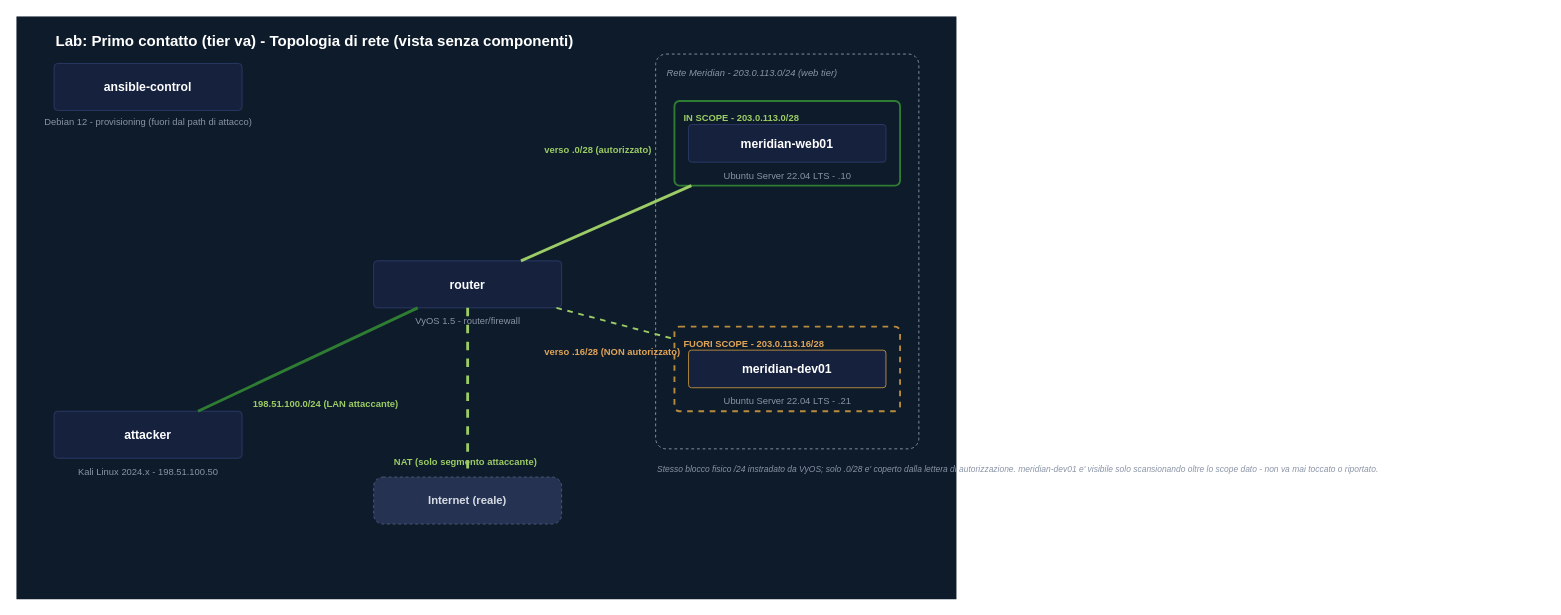
The draw.io diagram docs/labs/first-contact/first-contact-topology-network-only.drawio in leoleo1010/CPPT, before the edit. Source tidied: cells renumbered, new cells numbered last; positions are measured from the earlier drawing's top-left corner, leaving out a move shared by most shapes. Both pictures are drawn from the tidied source at 94%, with x=0, y=0 at pixel (16, 16).
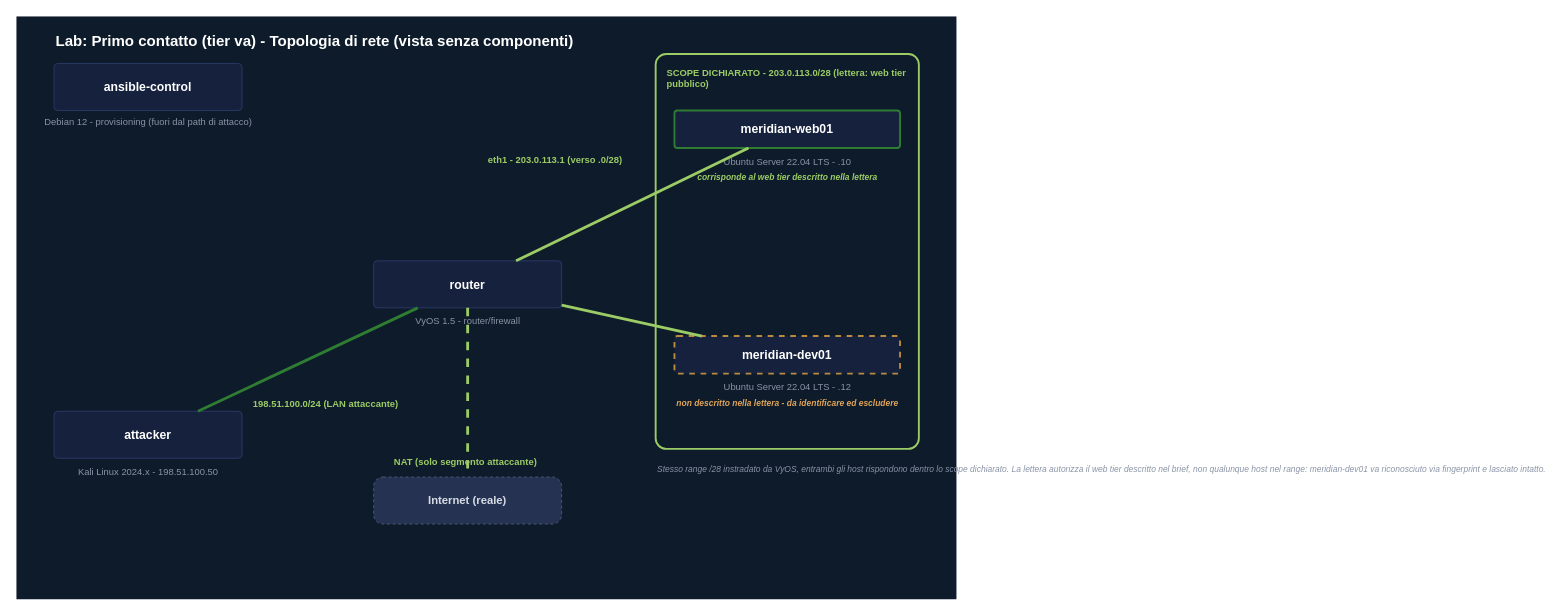
Above is the later version.

Commit message (it also covers changes not shown here):
Move First Contact's noise host inside the authorized /28

Unchanged cells that the change refers to:
```xml
<mxCell id="15" value="router" style="rounded=1;arcSize=8;whiteSpace=wrap;html=1;fillColor=#16213E;strokeColor=#2B3A67;fontColor=#FFFFFF;fontSize=13;fontStyle=1;verticalAlign=middle;align=center;" parent="1" vertex="1">
  <mxGeometry x="380" y="260" width="200" height="50" as="geometry" />
</mxCell>
```

What changed in the source:
```diff
@@
-    <mxCell id="4" value="Rete Meridian - 203.0.113.0/24 (web tier)" style="rounded=1;arcSize=4;whiteSpace=wrap;html=1;fillColor=none;strokeColor=#8A94A6;dashed=1;verticalAlign=top;align=left;spacingLeft=10;spacingTop=8;fontColor=#8A94A6;fontSize=10;fontStyle=2;" parent="1" vertex="1">
-      <mxGeometry x="680" y="40" width="280" height="420" as="geometry" />
-    </mxCell>
-    <mxCell id="5" value="IN SCOPE - 203.0.113.0/28" style="rounded=1;arcSize=6;whiteSpace=wrap;html=1;fillColor=none;strokeColor=#2E7D32;strokeWidth=2;verticalAlign=top;align=left;spacingLeft=8;spacingTop=6;fontColor=#9CCC65;fontSize=10;fontStyle=1;" parent="1" vertex="1">
-      <mxGeometry x="700" y="90" width="240" height="90" as="geometry" />
-    </mxCell>
+    <mxCell id="27" value="SCOPE DICHIARATO - 203.0.113.0/28 (lettera: web tier pubblico)" style="rounded=1;arcSize=4;whiteSpace=wrap;html=1;fillColor=none;strokeColor=#9CCC65;strokeWidth=2;verticalAlign=top;align=left;spacingLeft=10;spacingTop=8;fontColor=#9CCC65;fontSize=10;fontStyle=1;" parent="1" vertex="1">
+      <mxGeometry x="680" y="40" width="280" height="420" as="geometry" />
+    </mxCell>
-    <mxCell id="6" value="meridian-web01" style="rounded=1;arcSize=8;whiteSpace=wrap;html=1;fillColor=#16213E;strokeColor=#2B3A67;fontColor=#FFFFFF;fontSize=13;fontStyle=1;verticalAlign=middle;align=center;" parent="1" vertex="1">
-      <mxGeometry x="715" y="115" width="210" height="40" as="geometry" />
+    <mxCell id="6" value="meridian-web01" style="rounded=1;arcSize=8;whiteSpace=wrap;html=1;fillColor=#16213E;strokeColor=#2E7D32;strokeWidth=2;fontColor=#FFFFFF;fontSize=13;fontStyle=1;verticalAlign=middle;align=center;" parent="1" vertex="1">
+      <mxGeometry x="700" y="100" width="240" height="40" as="geometry" />
     </mxCell>
     <mxCell id="7" value="Ubuntu Server 22.04 LTS - .10" style="text;html=1;fontSize=10;fontColor=#8A94A6;align=center;" parent="1" vertex="1">
-      <mxGeometry x="715" y="157" width="210" height="14" as="geometry" />
+      <mxGeometry x="700" y="142" width="240" height="14" as="geometry" />
     </mxCell>
-    <mxCell id="8" value="FUORI SCOPE - 203.0.113.16/28" style="rounded=1;arcSize=6;whiteSpace=wrap;html=1;fillColor=none;strokeColor=#B98B3E;strokeWidth=2;dashed=1;verticalAlign=top;align=left;spacingLeft=8;spacingTop=6;fontColor=#E0A458;fontSize=10;fontStyle=1;" parent="1" vertex="1">
-      <mxGeometry x="700" y="330" width="240" height="90" as="geometry" />
-    </mxCell>
+    <mxCell id="28" value="corrisponde al web tier descritto nella lettera" style="text;html=1;fontSize=9;fontColor=#9CCC65;fontStyle=3;align=center;" parent="1" vertex="1">
+      <mxGeometry x="700" y="160" width="240" height="16" as="geometry" />
+    </mxCell>
-    <mxCell id="9" value="meridian-dev01" style="rounded=1;arcSize=8;whiteSpace=wrap;html=1;fillColor=#16213E;strokeColor=#B98B3E;fontColor=#FFFFFF;fontSize=13;fontStyle=1;verticalAlign=middle;align=center;" parent="1" vertex="1">
-      <mxGeometry x="715" y="355" width="210" height="40" as="geometry" />
+    <mxCell id="9" value="meridian-dev01" style="rounded=1;arcSize=8;whiteSpace=wrap;html=1;fillColor=#16213E;strokeColor=#B98B3E;strokeWidth=2;dashed=1;fontColor=#FFFFFF;fontSize=13;fontStyle=1;verticalAlign=middle;align=center;" parent="1" vertex="1">
+      <mxGeometry x="700" y="340" width="240" height="40" as="geometry" />
     </mxCell>
-    <mxCell id="10" value="Ubuntu Server 22.04 LTS - .21" style="text;html=1;fontSize=10;fontColor=#8A94A6;align=center;" parent="1" vertex="1">
-      <mxGeometry x="715" y="397" width="210" height="14" as="geometry" />
+    <mxCell id="10" value="Ubuntu Server 22.04 LTS - .12" style="text;html=1;fontSize=10;fontColor=#8A94A6;align=center;" parent="1" vertex="1">
+      <mxGeometry x="700" y="382" width="240" height="14" as="geometry" />
     </mxCell>
+    <mxCell id="29" value="non descritto nella lettera - da identificare ed escludere" style="text;html=1;fontSize=9;fontColor=#E0A458;fontStyle=3;align=center;" parent="1" vertex="1">
+      <mxGeometry x="700" y="400" width="240" height="16" as="geometry" />
+    </mxCell>
@@
-    <mxCell id="22" style="endArrow=none;html=1;strokeColor=#9CCC65;strokeWidth=3;" parent="1" edge="1" source="15" target="5">
+    <mxCell id="22" style="endArrow=none;html=1;strokeColor=#9CCC65;strokeWidth=3;" parent="1" edge="1" source="15" target="6">
       <mxGeometry relative="1" as="geometry" />
     </mxCell>
-    <mxCell id="23" value="verso .0/28 (autorizzato)" style="text;html=1;fontSize=10;fontColor=#9CCC65;fontStyle=1;" parent="1" vertex="1">
-      <mxGeometry x="560" y="130" width="200" height="18" as="geometry" />
+    <mxCell id="23" value="eth1 - 203.0.113.1 (verso .0/28)" style="text;html=1;fontSize=10;fontColor=#9CCC65;fontStyle=1;" parent="1" vertex="1">
+      <mxGeometry x="500" y="140" width="220" height="18" as="geometry" />
     </mxCell>
-    <mxCell id="24" style="endArrow=none;html=1;strokeColor=#9CCC65;strokeWidth=2;dashed=1;" parent="1" edge="1" source="15" target="8">
+    <mxCell id="24" style="endArrow=none;html=1;strokeColor=#9CCC65;strokeWidth=3;" parent="1" edge="1" source="15" target="9">
       <mxGeometry relative="1" as="geometry" />
     </mxCell>
-    <mxCell id="25" value="verso .16/28 (NON autorizzato)" style="text;html=1;fontSize=10;fontColor=#E0A458;fontStyle=1;" parent="1" vertex="1">
-      <mxGeometry x="560" y="345" width="220" height="18" as="geometry" />
-    </mxCell>
-    <mxCell id="26" value="Stesso blocco fisico /24 instradato da VyOS; solo .0/28 e' coperto dalla lettera di autorizzazione. meridian-dev01 e' visibile solo scansionando oltre lo scope dato - non va mai toccato o riportato." style="text;html=1;fontSize=9;fontColor=#8A94A6;fontStyle=2;" parent="1" vertex="1">
-      <mxGeometry x="680" y="470" width="280" height="40" as="geometry" />
+    <mxCell id="26" value="Stesso range /28 instradato da VyOS, entrambi gli host rispondono dentro lo scope dichiarato. La lettera autorizza il web tier descritto nel brief, non qualunque host nel range: meridian-dev01 va riconosciuto via fingerprint e lasciato intatto." style="text;html=1;fontSize=9;fontColor=#8A94A6;fontStyle=2;" parent="1" vertex="1">
+      <mxGeometry x="680" y="470" width="280" height="50" as="geometry" />
     </mxCell>
```
